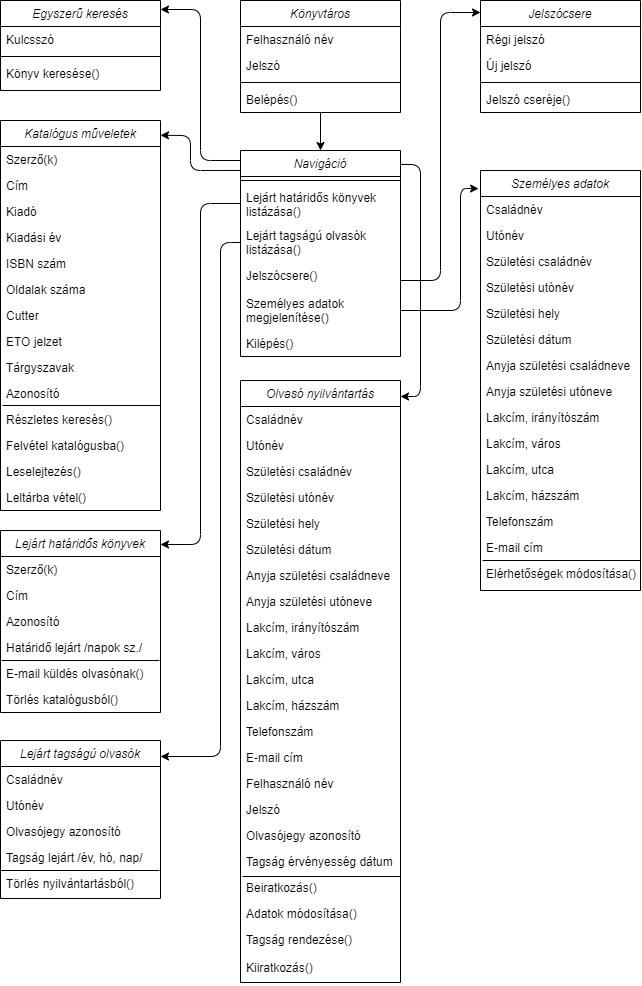
BoCiMaja/AFP2020_1_Lev_Csop2 keeps this draw.io diagram as Doc/image/konyvtaros_hatarosztalyai.png. Above is the earlier version. Source tidied: cells renumbered, new cells last; positions are measured from the earlier drawing's top-left corner, leaving out a move shared by most shapes.
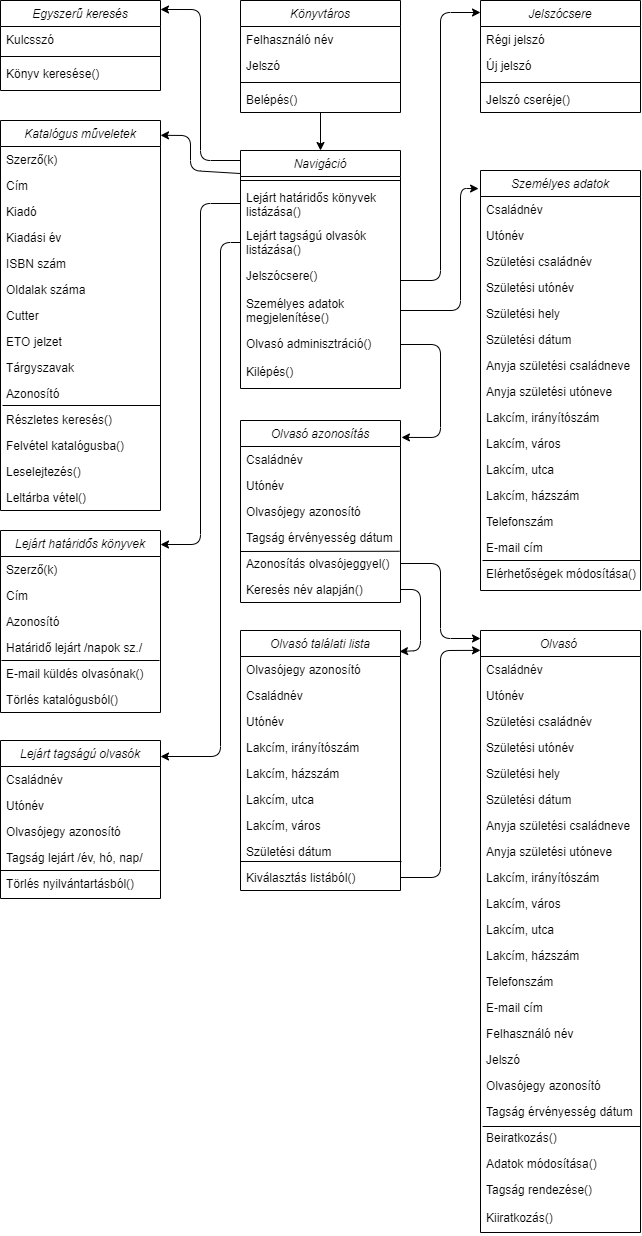
Above is the later version.

Commit message:
Határosztályok módosítás, Tesztterv

Change to the diagram source:
```diff
@@ -203,8 +203,8 @@
         </Array>
       </mxGeometry>
     </mxCell>
-    <mxCell id="60" value="Olvasó nyilvántartás" style="swimlane;fontStyle=2;align=center;verticalAlign=top;horizontal=1;startSize=26;rounded=0;shadow=0;strokeWidth=1;" parent="1" vertex="1">
-      <mxGeometry x="240" y="380" width="160" height="602" as="geometry" />
+    <mxCell id="60" value="Olvasó " style="swimlane;fontStyle=2;align=center;verticalAlign=top;horizontal=1;startSize=26;rounded=0;shadow=0;strokeWidth=1;" parent="1" vertex="1">
+      <mxGeometry x="480" y="630" width="160" height="602" as="geometry" />
     </mxCell>
     <mxCell id="61" value="Családnév" style="text;align=left;verticalAlign=top;spacingLeft=4;spacingRight=4;overflow=hidden;" parent="60" vertex="1">
       <mxGeometry y="26" width="160" height="26" as="geometry" />
@@ -300,7 +300,7 @@
       <mxGeometry y="130" width="160" height="26" as="geometry" />
     </mxCell>
     <mxCell id="91" value="Navigáció" style="swimlane;fontStyle=2;align=center;verticalAlign=top;horizontal=1;startSize=26;rounded=0;shadow=0;strokeWidth=1;" parent="1" vertex="1">
-      <mxGeometry x="240" y="150" width="160" height="206" as="geometry" />
+      <mxGeometry x="240" y="150" width="160" height="238" as="geometry" />
     </mxCell>
     <mxCell id="92" style="line;html=1;strokeWidth=1;align=left;verticalAlign=middle;spacingTop=-1;spacingLeft=3;spacingRight=3;labelPosition=right;" parent="91" vertex="1">
       <mxGeometry y="26" width="160" height="8" as="geometry" />
@@ -317,8 +317,11 @@
     <mxCell id="96" value="Személyes adatok&#10;megjelenítése()" style="text;align=left;verticalAlign=top;spacingLeft=4;spacingRight=4;overflow=hidden;points=[[0,0.5],[1,0.5]];portConstraint=eastwest;" parent="91" vertex="1">
       <mxGeometry y="140" width="160" height="40" as="geometry" />
     </mxCell>
+    <mxCell id="103" value="Olvasó adminisztráció()" style="text;align=left;verticalAlign=top;spacingLeft=4;spacingRight=4;overflow=hidden;points=[[0,0.5],[1,0.5]];portConstraint=eastwest;" parent="91" vertex="1">
+      <mxGeometry y="180" width="160" height="28" as="geometry" />
+    </mxCell>
     <mxCell id="97" value="Kilépés()" style="text;align=left;verticalAlign=top;spacingLeft=4;spacingRight=4;overflow=hidden;" parent="91" vertex="1">
-      <mxGeometry y="180" width="160" height="26" as="geometry" />
+      <mxGeometry y="208" width="160" height="30" as="geometry" />
     </mxCell>
     <mxCell id="98" style="endArrow=classic;html=1;entryX=0.5;entryY=0;entryDx=0;entryDy=0;" parent="1" edge="1" source="6" target="91">
       <mxGeometry relative="1" as="geometry" />
@@ -350,15 +353,100 @@
         </Array>
       </mxGeometry>
     </mxCell>
-    <mxCell id="102" style="endArrow=classic;html=1;" parent="1" edge="1">
-      <mxGeometry relative="1" as="geometry">
-        <mxPoint x="400" y="164" as="sourcePoint" />
-        <mxPoint x="400" y="396" as="targetPoint" />
-        <Array as="points">
-          <mxPoint x="420" y="164" />
-          <mxPoint x="420" y="396" />
-        </Array>
-      </mxGeometry>
-    </mxCell>
+    <mxCell id="104" value="Olvasó azonosítás" style="swimlane;fontStyle=2;align=center;verticalAlign=top;horizontal=1;startSize=26;rounded=0;shadow=0;strokeWidth=1;" parent="1" vertex="1">
+      <mxGeometry x="240" y="420" width="160" height="182" as="geometry" />
+    </mxCell>
+    <mxCell id="105" value="Családnév" style="text;align=left;verticalAlign=top;spacingLeft=4;spacingRight=4;overflow=hidden;" parent="104" vertex="1">
+      <mxGeometry y="26" width="160" height="26" as="geometry" />
+    </mxCell>
+    <mxCell id="106" value="Utónév&#10;" style="text;align=left;verticalAlign=top;spacingLeft=4;spacingRight=4;overflow=hidden;rounded=0;shadow=0;html=0;" parent="104" vertex="1">
+      <mxGeometry y="52" width="160" height="26" as="geometry" />
+    </mxCell>
+    <mxCell id="107" value="Olvasójegy azonosító" style="text;align=left;verticalAlign=top;spacingLeft=4;spacingRight=4;overflow=hidden;rounded=0;shadow=0;html=0;" parent="104" vertex="1">
+      <mxGeometry y="78" width="160" height="26" as="geometry" />
+    </mxCell>
+    <mxCell id="108" value="Tagság érvényesség dátum" style="text;align=left;verticalAlign=top;spacingLeft=4;spacingRight=4;overflow=hidden;rounded=0;shadow=0;html=0;" parent="104" vertex="1">
+      <mxGeometry y="104" width="160" height="26" as="geometry" />
+    </mxCell>
+    <mxCell id="109" style="endArrow=none;html=1;entryX=0.994;entryY=0.038;entryDx=0;entryDy=0;entryPerimeter=0;" parent="104" edge="1">
+      <mxGeometry relative="1" as="geometry">
+        <mxPoint y="131" as="sourcePoint" />
+        <mxPoint x="159" y="130.8" as="targetPoint" />
+      </mxGeometry>
+    </mxCell>
+    <mxCell id="110" value="Azonosítás olvasójeggyel()" style="text;align=left;verticalAlign=top;spacingLeft=4;spacingRight=4;overflow=hidden;points=[[0,0.5],[1,0.5]];portConstraint=eastwest;rounded=0;shadow=0;html=0;" parent="104" vertex="1">
+      <mxGeometry y="130" width="160" height="26" as="geometry" />
+    </mxCell>
+    <mxCell id="111" value="Keresés név alapján()" style="text;align=left;verticalAlign=top;spacingLeft=4;spacingRight=4;overflow=hidden;points=[[0,0.5],[1,0.5]];portConstraint=eastwest;rounded=0;shadow=0;html=0;" parent="104" vertex="1">
+      <mxGeometry y="156" width="160" height="26" as="geometry" />
+    </mxCell>
+    <mxCell id="112" value="Olvasó találati lista" style="swimlane;fontStyle=2;align=center;verticalAlign=top;horizontal=1;startSize=26;rounded=0;shadow=0;strokeWidth=1;" parent="1" vertex="1">
+      <mxGeometry x="240" y="630" width="160" height="260" as="geometry" />
+    </mxCell>
+    <mxCell id="113" value="Olvasójegy azonosító" style="text;align=left;verticalAlign=top;spacingLeft=4;spacingRight=4;overflow=hidden;points=[[0,0.5],[1,0.5]];portConstraint=eastwest;rounded=0;shadow=0;html=0;" parent="112" vertex="1">
+      <mxGeometry y="26" width="160" height="26" as="geometry" />
+    </mxCell>
+    <mxCell id="114" value="Családnév" style="text;align=left;verticalAlign=top;spacingLeft=4;spacingRight=4;overflow=hidden;" parent="112" vertex="1">
+      <mxGeometry y="52" width="160" height="26" as="geometry" />
+    </mxCell>
+    <mxCell id="115" value="Utónév&#10;" style="text;align=left;verticalAlign=top;spacingLeft=4;spacingRight=4;overflow=hidden;rounded=0;shadow=0;html=0;" parent="112" vertex="1">
+      <mxGeometry y="78" width="160" height="26" as="geometry" />
+    </mxCell>
+    <mxCell id="116" value="Lakcím, irányítószám" style="text;align=left;verticalAlign=top;spacingLeft=4;spacingRight=4;overflow=hidden;rounded=0;shadow=0;html=0;" parent="112" vertex="1">
+      <mxGeometry y="104" width="160" height="26" as="geometry" />
+    </mxCell>
+    <mxCell id="117" value="Lakcím, házszám" style="text;align=left;verticalAlign=top;spacingLeft=4;spacingRight=4;overflow=hidden;rounded=0;shadow=0;html=0;" parent="112" vertex="1">
+      <mxGeometry y="130" width="160" height="26" as="geometry" />
+    </mxCell>
+    <mxCell id="118" value="Lakcím, utca" style="text;align=left;verticalAlign=top;spacingLeft=4;spacingRight=4;overflow=hidden;rounded=0;shadow=0;html=0;" parent="112" vertex="1">
+      <mxGeometry y="156" width="160" height="26" as="geometry" />
+    </mxCell>
+    <mxCell id="119" value="Lakcím, város" style="text;align=left;verticalAlign=top;spacingLeft=4;spacingRight=4;overflow=hidden;rounded=0;shadow=0;html=0;" parent="112" vertex="1">
+      <mxGeometry y="182" width="160" height="26" as="geometry" />
+    </mxCell>
+    <mxCell id="120" value="Születési dátum" style="text;align=left;verticalAlign=top;spacingLeft=4;spacingRight=4;overflow=hidden;rounded=0;shadow=0;html=0;" parent="112" vertex="1">
+      <mxGeometry y="208" width="160" height="26" as="geometry" />
+    </mxCell>
+    <mxCell id="121" value="Kiválasztás listából()" style="text;align=left;verticalAlign=top;spacingLeft=4;spacingRight=4;overflow=hidden;points=[[0,0.5],[1,0.5]];portConstraint=eastwest;rounded=0;shadow=0;html=0;" parent="112" vertex="1">
+      <mxGeometry y="234" width="160" height="26" as="geometry" />
+    </mxCell>
+    <mxCell id="122" style="endArrow=none;html=1;entryX=1.006;entryY=-0.115;entryDx=0;entryDy=0;entryPerimeter=0;" parent="112" edge="1" target="121">
+      <mxGeometry relative="1" as="geometry">
+        <mxPoint y="231" as="sourcePoint" />
+      </mxGeometry>
+    </mxCell>
+    <mxCell id="123" style="endArrow=classic;html=1;exitX=1;exitY=0.5;exitDx=0;exitDy=0;entryX=1.006;entryY=0.093;entryDx=0;entryDy=0;entryPerimeter=0;" parent="1" edge="1" source="103" target="104">
+      <mxGeometry relative="1" as="geometry">
+        <Array as="points">
+          <mxPoint x="440" y="344" />
+          <mxPoint x="440" y="437" />
+        </Array>
+      </mxGeometry>
+    </mxCell>
+    <mxCell id="124" style="endArrow=classic;html=1;exitX=1;exitY=0.5;exitDx=0;exitDy=0;" parent="1" edge="1" source="110">
+      <mxGeometry relative="1" as="geometry">
+        <mxPoint x="480" y="638" as="targetPoint" />
+        <Array as="points">
+          <mxPoint x="440" y="563" />
+          <mxPoint x="440" y="638" />
+        </Array>
+      </mxGeometry>
+    </mxCell>
+    <mxCell id="125" style="endArrow=classic;html=1;exitX=1;exitY=0.5;exitDx=0;exitDy=0;entryX=0.994;entryY=-0.192;entryDx=0;entryDy=0;entryPerimeter=0;" parent="1" edge="1" source="111" target="113">
+      <mxGeometry relative="1" as="geometry">
+        <Array as="points">
+          <mxPoint x="420" y="589" />
+          <mxPoint x="420" y="650" />
+        </Array>
+      </mxGeometry>
+    </mxCell>
+    <mxCell id="126" style="endArrow=classic;html=1;exitX=1;exitY=0.5;exitDx=0;exitDy=0;entryX=0;entryY=0.033;entryDx=0;entryDy=0;entryPerimeter=0;" parent="1" edge="1" source="121" target="60">
+      <mxGeometry relative="1" as="geometry">
+        <Array as="points">
+          <mxPoint x="440" y="877" />
+          <mxPoint x="440" y="650" />
+        </Array>
+      </mxGeometry>
+    </mxCell>
   </root>
 </mxGraphModel>
```
